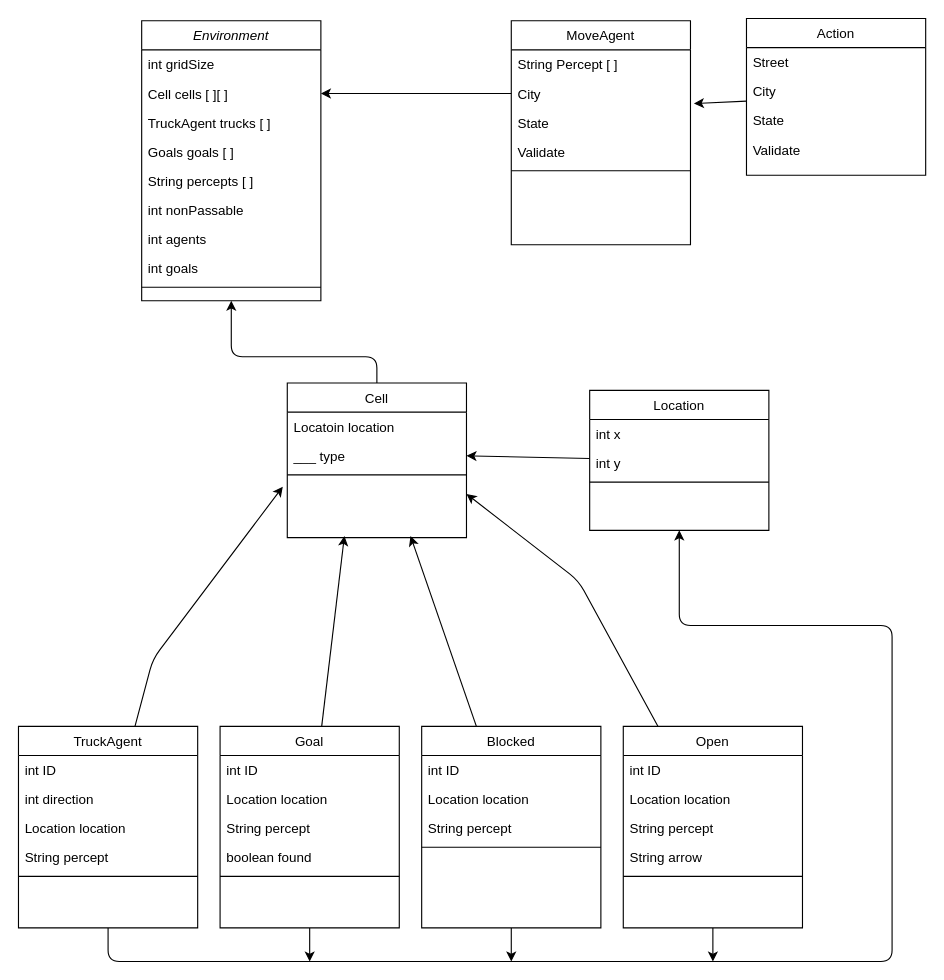
This is Architecture.drawio from shelleyyyyy/AIProjectGameEngine, a draw.io file, before an edit. Source tidied: cells renumbered, new cells numbered last; positions are measured from the earlier drawing's top-left corner, leaving out a move shared by most shapes. Both pictures are drawn from the tidied source at 112%, with x=0, y=0 at pixel (18, 18).
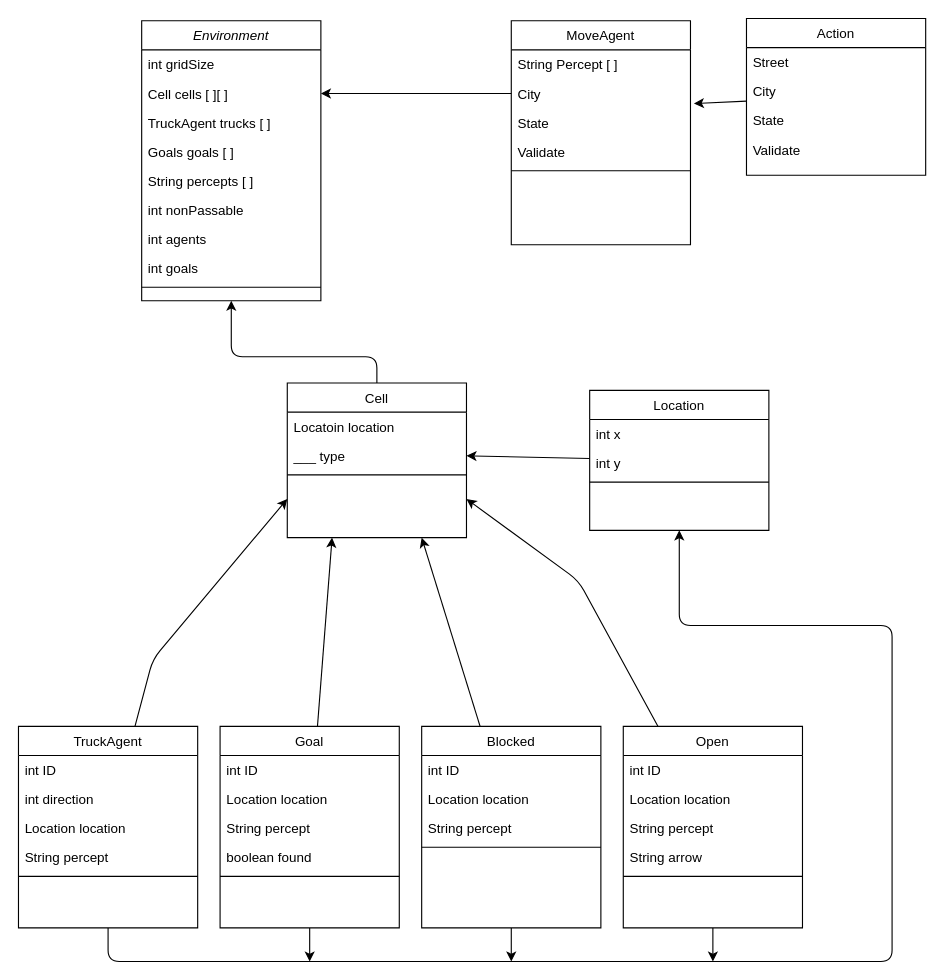
The same diagram, later.

Unchanged cells that the change refers to:
```xml
<mxCell id="2" value="Environment" style="swimlane;fontStyle=2;align=center;verticalAlign=top;horizontal=1;startSize=26;rounded=0;shadow=0;strokeWidth=1;" parent="1" vertex="1">
  <mxGeometry x="110" y="2" width="160" height="250" as="geometry" />
</mxCell>
<mxCell id="13" value="Cell" style="swimlane;fontStyle=0;align=center;verticalAlign=top;horizontal=1;startSize=26;rounded=0;shadow=0;strokeWidth=1;" parent="1" vertex="1">
  <mxGeometry x="240" y="325.5" width="160" height="138" as="geometry" />
</mxCell>
<mxCell id="37" value="TruckAgent" style="swimlane;fontStyle=0;align=center;verticalAlign=top;horizontal=1;startSize=26;rounded=0;shadow=0;strokeWidth=1;" parent="1" vertex="1">
  <mxGeometry y="632" width="160" height="180" as="geometry" />
</mxCell>
<mxCell id="45" value="Goal" style="swimlane;fontStyle=0;align=center;verticalAlign=top;horizontal=1;startSize=26;rounded=0;shadow=0;strokeWidth=1;" parent="1" vertex="1">
  <mxGeometry x="180" y="632" width="160" height="180" as="geometry" />
</mxCell>
<mxCell id="53" value="Blocked" style="swimlane;fontStyle=0;align=center;verticalAlign=top;horizontal=1;startSize=26;rounded=0;shadow=0;strokeWidth=1;" parent="1" vertex="1">
  <mxGeometry x="360" y="632" width="160" height="180" as="geometry" />
</mxCell>
<mxCell id="60" value="Open" style="swimlane;fontStyle=0;align=center;verticalAlign=top;horizontal=1;startSize=26;rounded=0;shadow=0;strokeWidth=1;" parent="1" vertex="1">
  <mxGeometry x="540" y="632" width="160" height="180" as="geometry" />
</mxCell>
```

Change to the diagram source:
```diff
@@
-    <mxCell id="12" style="edgeStyle=none;html=1;" parent="1" edge="1" source="13">
+    <mxCell id="12" style="edgeStyle=none;html=1;entryX=0.5;entryY=1;entryDx=0;entryDy=0;" parent="1" edge="1" source="13" target="2">
       <mxGeometry relative="1" as="geometry">
-        <mxPoint x="190" y="252" as="targetPoint" />
         <Array as="points">
           <mxPoint x="320" y="302" />
           <mxPoint x="190" y="302" />
         </Array>
       </mxGeometry>
     </mxCell>
@@
-    <mxCell id="35" style="edgeStyle=none;html=1;entryX=-0.025;entryY=0.25;entryDx=0;entryDy=0;entryPerimeter=0;" parent="1" edge="1" source="37">
+    <mxCell id="35" style="edgeStyle=none;html=1;entryX=0;entryY=0.75;entryDx=0;entryDy=0;" parent="1" edge="1" source="37" target="13">
       <mxGeometry relative="1" as="geometry">
-        <mxPoint x="236" y="418" as="targetPoint" />
         <Array as="points">
           <mxPoint x="120" y="572" />
         </Array>
       </mxGeometry>
     </mxCell>
@@
-    <mxCell id="43" style="edgeStyle=none;html=1;" parent="1" edge="1" source="45">
-      <mxGeometry relative="1" as="geometry">
-        <mxPoint x="291" y="462" as="targetPoint" />
-      </mxGeometry>
+    <mxCell id="43" style="edgeStyle=none;html=1;entryX=0.25;entryY=1;entryDx=0;entryDy=0;" parent="1" edge="1" source="45" target="13">
+      <mxGeometry relative="1" as="geometry" />
     </mxCell>
@@
-    <mxCell id="51" style="edgeStyle=none;html=1;" parent="1" edge="1" source="53">
-      <mxGeometry relative="1" as="geometry">
-        <mxPoint x="350" y="462" as="targetPoint" />
-      </mxGeometry>
+    <mxCell id="51" style="edgeStyle=none;html=1;entryX=0.75;entryY=1;entryDx=0;entryDy=0;" parent="1" edge="1" source="53" target="13">
+      <mxGeometry relative="1" as="geometry" />
     </mxCell>
@@
-    <mxCell id="58" style="edgeStyle=none;html=1;entryX=1;entryY=0.5;entryDx=0;entryDy=0;" parent="1" edge="1" source="60">
+    <mxCell id="58" style="edgeStyle=none;html=1;entryX=1;entryY=0.75;entryDx=0;entryDy=0;" parent="1" edge="1" source="60" target="13">
       <mxGeometry relative="1" as="geometry">
-        <mxPoint x="400" y="424.5" as="targetPoint" />
         <Array as="points">
           <mxPoint x="500" y="502" />
         </Array>
       </mxGeometry>
     </mxCell>
```
